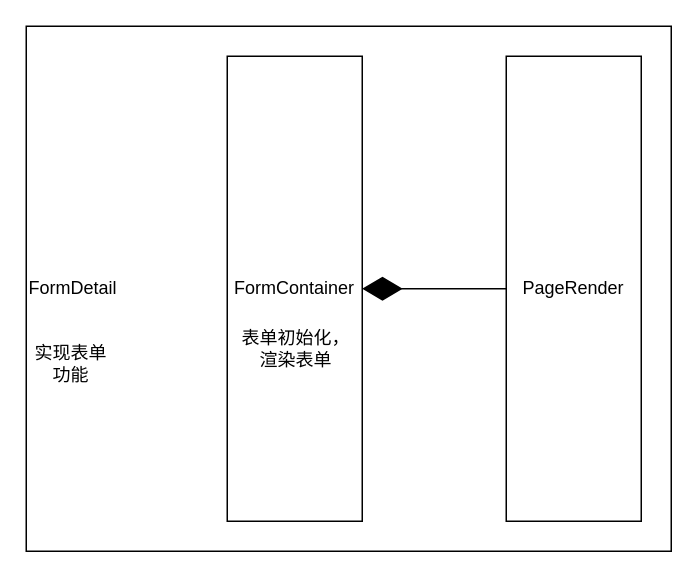
FoxJokerEila/- keeps this draw.io diagram as 包含关系图.drawio. Above is the earlier version. Source tidied: cells renumbered, new cells numbered last; positions are measured from the earlier drawing's top-left corner, leaving out a move shared by most shapes. Both pictures are drawn from the tidied source at 150%, with x=0, y=0 at pixel (26, 26).
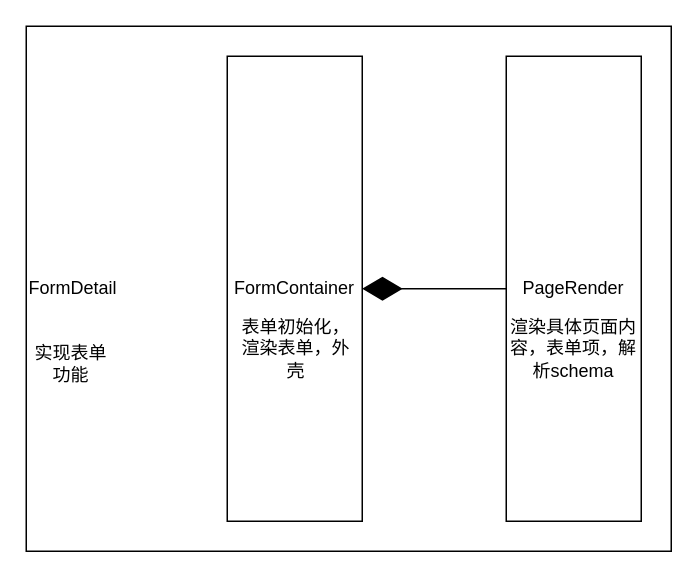
The same page after the edit.

Commit message (it also covers changes not shown here):
更新包含关系图.drawio

The edit, as a diff of the source:
```diff
@@
 <mxGraphModel>
   <root>
     <mxCell id="0" />
     <mxCell id="1" parent="0" />
     <mxCell id="2" value="FormDetail" style="html=1;whiteSpace=wrap;align=left;" parent="1" vertex="1">
       <mxGeometry width="430" height="350" as="geometry" />
     </mxCell>
     <mxCell id="3" value="FormContainer" style="html=1;whiteSpace=wrap;align=center;" parent="1" vertex="1">
       <mxGeometry x="134" y="20" width="90" height="310" as="geometry" />
     </mxCell>
     <mxCell id="4" value="PageRender" style="html=1;whiteSpace=wrap;align=center;" parent="1" vertex="1">
       <mxGeometry x="320" y="20" width="90" height="310" as="geometry" />
     </mxCell>
     <mxCell id="5" value="实现表单功能" style="text;html=1;align=center;verticalAlign=middle;whiteSpace=wrap;rounded=0;" parent="1" vertex="1">
       <mxGeometry y="210" width="60" height="30" as="geometry" />
     </mxCell>
-    <mxCell id="6" value="表单初始化，渲染表单" style="text;html=1;align=center;verticalAlign=middle;whiteSpace=wrap;rounded=0;" parent="1" vertex="1">
+    <mxCell id="6" value="表单初始化，渲染表单，外壳" style="text;html=1;align=center;verticalAlign=middle;whiteSpace=wrap;rounded=0;" parent="1" vertex="1">
       <mxGeometry x="140" y="200" width="80" height="30" as="geometry" />
     </mxCell>
     <mxCell id="7" style="endArrow=diamondThin;endFill=1;endSize=24;html=1;rounded=0;exitX=0;exitY=0.5;exitDx=0;exitDy=0;entryX=1;entryY=0.5;entryDx=0;entryDy=0;" parent="1" edge="1" source="4" target="3">
       <mxGeometry relative="1" as="geometry" />
     </mxCell>
+    <mxCell id="8" value="渲染具体页面内容，表单项，解析schema" style="text;html=1;align=center;verticalAlign=middle;whiteSpace=wrap;rounded=0;" parent="1" vertex="1">
+      <mxGeometry x="320" y="200" width="90" height="30" as="geometry" />
+    </mxCell>
   </root>
 </mxGraphModel>
```
